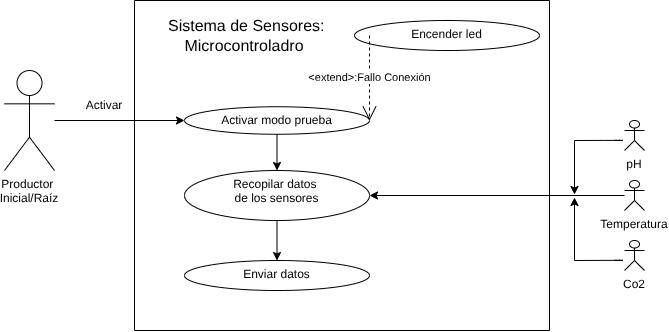
miicxitl-kin/Proyecto-Terminal-1-y-2 keeps this draw.io diagram as UML/Modulo1/RF1.drawio.png. Above is the earlier version. Source tidied: cells renumbered, new cells last; positions are measured from the earlier drawing's top-left corner, leaving out a move shared by most shapes.
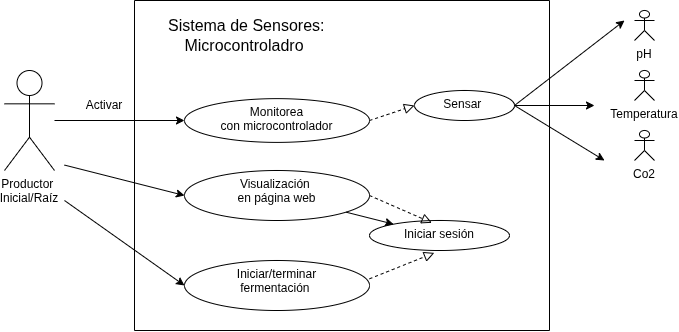
Above is the later version.

Change to the diagram source:
```diff
@@ -11,79 +11,72 @@
     <mxCell id="4" style="swimlane;startSize=0;fontColor=#1A1A1A;labelBackgroundColor=none;labelBorderColor=none;" parent="1" vertex="1">
       <mxGeometry x="130" width="415" height="330" as="geometry" />
     </mxCell>
-    <mxCell id="5" style="edgeStyle=none;html=1;" parent="4" edge="1" source="6" target="8">
-      <mxGeometry relative="1" as="geometry" />
-    </mxCell>
-    <mxCell id="6" value="Activar modo prueba" style="ellipse;whiteSpace=wrap;html=1;verticalAlign=top;fillColor=none;labelBorderColor=none;labelBackgroundColor=none;" parent="4" vertex="1">
-      <mxGeometry x="50" y="106.2" width="185" height="27.5" as="geometry" />
+    <mxCell id="6" value="&lt;span style=&quot;color: rgb(0, 0, 0);&quot;&gt;Monitorea&lt;/span&gt;&lt;div&gt;&lt;span style=&quot;color: rgb(0, 0, 0);&quot;&gt;con microcontrolador&lt;/span&gt;&lt;/div&gt;" style="ellipse;whiteSpace=wrap;html=1;verticalAlign=top;fillColor=none;labelBorderColor=none;labelBackgroundColor=none;" parent="4" vertex="1">
+      <mxGeometry x="50" y="98.1" width="185" height="43.8" as="geometry" />
     </mxCell>
-    <mxCell id="7" style="edgeStyle=none;html=1;" parent="4" edge="1" source="8" target="9">
-      <mxGeometry relative="1" as="geometry" />
-    </mxCell>
+    <mxCell id="22" style="edgeStyle=none;html=1;" parent="4" edge="1" source="8" target="23">
+      <mxGeometry relative="1" as="geometry" />
+    </mxCell>
-    <mxCell id="8" value="&lt;font style=&quot;color: rgb(0, 0, 0);&quot;&gt;Recopilar datos&amp;nbsp;&lt;/font&gt;&lt;div&gt;&lt;font style=&quot;color: rgb(0, 0, 0);&quot;&gt;de los sensores&lt;/font&gt;&lt;/div&gt;" style="ellipse;whiteSpace=wrap;html=1;verticalAlign=top;fillColor=none;labelBorderColor=none;labelBackgroundColor=none;" parent="4" vertex="1">
+    <mxCell id="8" value="Visualización&amp;nbsp;&lt;div&gt;&lt;span style=&quot;color: rgb(0, 0, 0);&quot;&gt;en página web&lt;/span&gt;&lt;/div&gt;" style="ellipse;whiteSpace=wrap;html=1;verticalAlign=top;fillColor=none;labelBorderColor=none;labelBackgroundColor=none;" parent="4" vertex="1">
       <mxGeometry x="50" y="170" width="185" height="50" as="geometry" />
     </mxCell>
-    <mxCell id="9" value="Enviar datos" style="ellipse;whiteSpace=wrap;html=1;verticalAlign=top;fillColor=none;labelBorderColor=none;labelBackgroundColor=none;" parent="4" vertex="1">
-      <mxGeometry x="50" y="260" width="185" height="30" as="geometry" />
+    <mxCell id="9" value="Iniciar/terminar&lt;div&gt;fermentación&amp;nbsp;&lt;/div&gt;" style="ellipse;whiteSpace=wrap;html=1;verticalAlign=top;fillColor=none;labelBorderColor=none;labelBackgroundColor=none;" parent="4" vertex="1">
+      <mxGeometry x="50" y="260" width="185" height="50" as="geometry" />
     </mxCell>
     <mxCell id="10" value="&lt;font style=&quot;scrollbar-color: rgb(226, 226, 226) rgb(251, 251, 251); color: rgb(0, 0, 0); font-size: 16px;&quot;&gt;&amp;nbsp;Sistema de Sensores:&lt;/font&gt;&lt;div style=&quot;color: rgb(63, 63, 63); scrollbar-color: rgb(226, 226, 226) rgb(251, 251, 251);&quot;&gt;&lt;font style=&quot;scrollbar-color: rgb(226, 226, 226) rgb(251, 251, 251); color: rgb(0, 0, 0); font-size: 16px;&quot;&gt;Microcontroladro&lt;/font&gt;&lt;/div&gt;" style="text;html=1;align=center;verticalAlign=middle;whiteSpace=wrap;rounded=0;" parent="4" vertex="1">
       <mxGeometry x="20" y="20" width="180" height="30" as="geometry" />
     </mxCell>
-    <mxCell id="11" value="Encender led" style="ellipse;whiteSpace=wrap;html=1;verticalAlign=top;fillColor=none;labelBorderColor=none;labelBackgroundColor=none;" parent="4" vertex="1">
-      <mxGeometry x="220" y="20" width="185" height="30" as="geometry" />
+    <mxCell id="11" value="Sensar&amp;nbsp;" style="ellipse;whiteSpace=wrap;html=1;verticalAlign=top;fillColor=none;labelBorderColor=none;labelBackgroundColor=none;" parent="4" vertex="1">
+      <mxGeometry x="280" y="90" width="100" height="30" as="geometry" />
     </mxCell>
+    <mxCell id="23" value="Iniciar sesión" style="ellipse;whiteSpace=wrap;html=1;verticalAlign=top;fillColor=none;labelBorderColor=none;labelBackgroundColor=none;" parent="4" vertex="1">
+      <mxGeometry x="235" y="220" width="140" height="30" as="geometry" />
+    </mxCell>
+    <mxCell id="24" style="endArrow=block;startArrow=none;endFill=0;startFill=0;endSize=8;html=1;verticalAlign=bottom;dashed=1;labelBackgroundColor=none;exitX=1;exitY=0.366;exitDx=0;exitDy=0;exitPerimeter=0;entryX=0.463;entryY=1.08;entryDx=0;entryDy=0;entryPerimeter=0;" parent="4" edge="1" source="9" target="23">
+      <mxGeometry relative="1" as="geometry" />
+    </mxCell>
+    <mxCell id="25" style="endArrow=block;startArrow=none;endFill=0;startFill=0;endSize=8;html=1;verticalAlign=bottom;dashed=1;labelBackgroundColor=none;exitX=1;exitY=0.5;exitDx=0;exitDy=0;entryX=0.446;entryY=0.077;entryDx=0;entryDy=0;entryPerimeter=0;" parent="4" edge="1" source="8" target="23">
+      <mxGeometry relative="1" as="geometry" />
+    </mxCell>
+    <mxCell id="26" style="endArrow=block;startArrow=none;endFill=0;startFill=0;endSize=8;html=1;verticalAlign=bottom;dashed=1;labelBackgroundColor=none;exitX=1;exitY=0.5;exitDx=0;exitDy=0;entryX=0;entryY=0.5;entryDx=0;entryDy=0;" parent="4" edge="1" source="6" target="11">
+      <mxGeometry relative="1" as="geometry" />
+    </mxCell>
     <mxCell id="12" value="Activar" style="text;html=1;align=center;verticalAlign=middle;whiteSpace=wrap;rounded=0;" parent="1" vertex="1">
       <mxGeometry x="70" y="90" width="60" height="30" as="geometry" />
     </mxCell>
-    <mxCell id="13" value="&amp;lt;extend&amp;gt;:Fallo Conexión" style="endArrow=open;endSize=12;dashed=1;html=1;entryX=1;entryY=0.5;entryDx=0;entryDy=0;exitX=0;exitY=0.5;exitDx=0;exitDy=0;" parent="1" edge="1">
-      <mxGeometry relative="1" as="geometry">
-        <mxPoint x="365" y="35" as="sourcePoint" />
-        <mxPoint x="365" y="120" as="targetPoint" />
-      </mxGeometry>
-    </mxCell>
-    <mxCell id="14" style="edgeStyle=none;html=1;entryX=1;entryY=0.5;entryDx=0;entryDy=0;" parent="1" edge="1" source="15" target="8">
-      <mxGeometry relative="1" as="geometry" />
-    </mxCell>
     <mxCell id="15" value="Temperatura" style="shape=umlActor;verticalLabelPosition=bottom;verticalAlign=top;outlineConnect=0;fillColor=none;align=center;labelBorderColor=none;labelBackgroundColor=none;labelPosition=center;textShadow=0;fontColor=default;" parent="1" vertex="1">
-      <mxGeometry x="620" y="180" width="20" height="30" as="geometry" />
+      <mxGeometry x="630" y="70" width="20" height="30" as="geometry" />
     </mxCell>
     <mxCell id="16" value="Co2" style="shape=umlActor;verticalLabelPosition=bottom;verticalAlign=top;fillColor=none;align=center;labelBorderColor=none;labelBackgroundColor=none;labelPosition=center;textShadow=0;fontColor=default;" parent="1" vertex="1">
-      <mxGeometry x="620" y="240" width="20" height="30" as="geometry" />
+      <mxGeometry x="630" y="130" width="20" height="30" as="geometry" />
     </mxCell>
     <mxCell id="17" value="pH" style="shape=umlActor;verticalLabelPosition=bottom;verticalAlign=top;fillColor=none;align=center;labelBorderColor=none;labelBackgroundColor=none;labelPosition=center;textShadow=0;fontColor=default;" parent="1" vertex="1">
-      <mxGeometry x="620" y="120" width="20" height="30" as="geometry" />
+      <mxGeometry x="630" y="10" width="20" height="30" as="geometry" />
     </mxCell>
-    <mxCell id="18" style="endArrow=none;html=1;" parent="1" edge="1">
-      <mxGeometry relative="1" as="geometry">
-        <mxPoint x="570" y="140" as="sourcePoint" />
-        <mxPoint x="610" y="139.9" as="targetPoint" />
-        <Array as="points">
-          <mxPoint x="610" y="139.9" />
-          <mxPoint x="620" y="139.9" />
-        </Array>
-      </mxGeometry>
-    </mxCell>
-    <mxCell id="19" style="endArrow=none;html=1;" parent="1" edge="1">
-      <mxGeometry relative="1" as="geometry">
-        <mxPoint x="570" y="260" as="sourcePoint" />
-        <mxPoint x="610" y="259.8" as="targetPoint" />
-        <Array as="points">
-          <mxPoint x="610" y="259.8" />
-          <mxPoint x="620" y="259.8" />
-        </Array>
-      </mxGeometry>
-    </mxCell>
-    <mxCell id="20" style="endArrow=classic;html=1;" parent="1" edge="1">
-      <mxGeometry relative="1" as="geometry">
-        <mxPoint x="570" y="140" as="sourcePoint" />
-        <mxPoint x="570" y="194" as="targetPoint" />
-      </mxGeometry>
-    </mxCell>
-    <mxCell id="21" style="endArrow=classic;html=1;" parent="1" edge="1">
-      <mxGeometry relative="1" as="geometry">
-        <mxPoint x="570" y="260" as="sourcePoint" />
-        <mxPoint x="570" y="197" as="targetPoint" />
-      </mxGeometry>
-    </mxCell>
+    <mxCell id="27" style="edgeStyle=none;html=1;entryX=0;entryY=0.5;entryDx=0;entryDy=0;" parent="1" edge="1" target="8">
+      <mxGeometry relative="1" as="geometry">
+        <mxPoint x="60" y="164.6" as="sourcePoint" />
+      </mxGeometry>
+    </mxCell>
+    <mxCell id="28" style="edgeStyle=none;html=1;entryX=0;entryY=0.5;entryDx=0;entryDy=0;" parent="1" edge="1" target="9">
+      <mxGeometry relative="1" as="geometry">
+        <mxPoint x="60" y="200" as="sourcePoint" />
+      </mxGeometry>
+    </mxCell>
+    <mxCell id="29" style="endArrow=classic;html=1;exitX=1;exitY=0.5;exitDx=0;exitDy=0;" parent="1" edge="1" source="11">
+      <mxGeometry relative="1" as="geometry">
+        <mxPoint x="620" y="20" as="targetPoint" />
+      </mxGeometry>
+    </mxCell>
+    <mxCell id="30" style="endArrow=classic;html=1;exitX=1;exitY=0.5;exitDx=0;exitDy=0;" parent="1" edge="1" source="11">
+      <mxGeometry relative="1" as="geometry">
+        <mxPoint x="590" y="105" as="targetPoint" />
+      </mxGeometry>
+    </mxCell>
+    <mxCell id="31" style="endArrow=classic;html=1;exitX=1;exitY=0.5;exitDx=0;exitDy=0;" parent="1" edge="1" source="11">
+      <mxGeometry relative="1" as="geometry">
+        <mxPoint x="600" y="160" as="targetPoint" />
+      </mxGeometry>
+    </mxCell>
   </root>
 </mxGraphModel>
```
